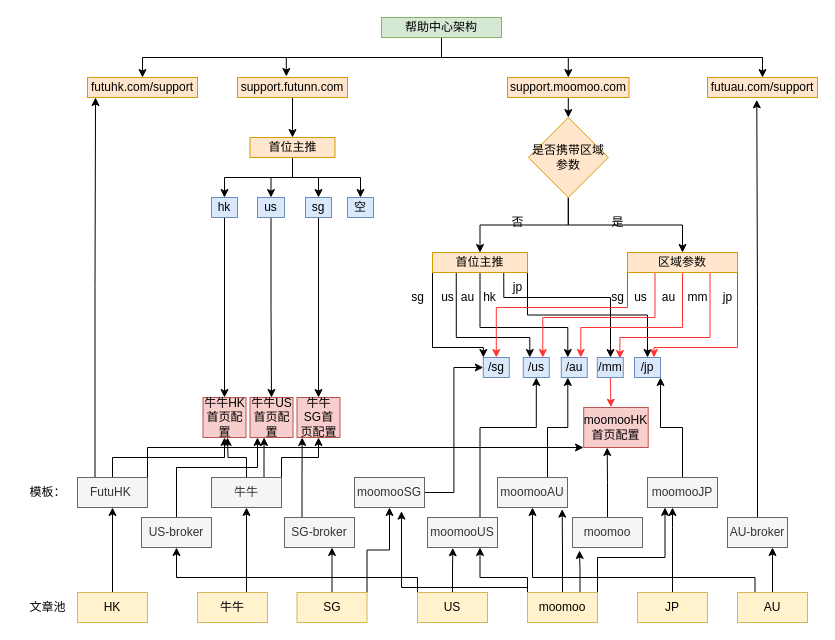
jokerbay/images keeps this draw.io diagram as 帮助中心.drawio. Above is the earlier version. Source tidied: cells renumbered, new cells numbered last; positions are measured from the earlier drawing's top-left corner, leaving out a move shared by most shapes. Both pictures are drawn from the tidied source at 100%, with x=0, y=0 at pixel (17, 17).
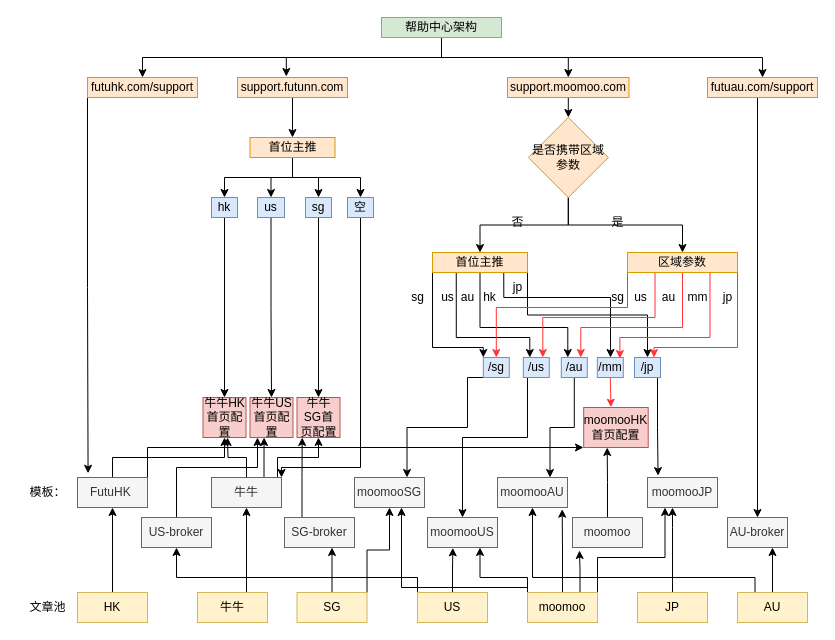
The same page after the edit.

Commit message:
更新帮助中心.drawio

The change refers to these unchanged cells:
```xml
<mxCell id="2" value="futuhk.com/support" style="rounded=0;whiteSpace=wrap;html=1;fillColor=#ffe6cc;strokeColor=#d79b00;" parent="1" vertex="1">
  <mxGeometry x="70" y="60" width="110" height="20" as="geometry" />
</mxCell>
<mxCell id="7" value="futuau.com/support" style="rounded=0;whiteSpace=wrap;html=1;fillColor=#ffe6cc;strokeColor=#d79b00;" parent="1" vertex="1">
  <mxGeometry x="690" y="60" width="110" height="20" as="geometry" />
</mxCell>
<mxCell id="33" value="/sg" style="rounded=0;whiteSpace=wrap;html=1;fillColor=#dae8fc;strokeColor=#6c8ebf;" parent="1" vertex="1">
  <mxGeometry x="465.8" y="340" width="26" height="20" as="geometry" />
</mxCell>
<mxCell id="34" value="/us" style="rounded=0;whiteSpace=wrap;html=1;fillColor=#dae8fc;strokeColor=#6c8ebf;" parent="1" vertex="1">
  <mxGeometry x="505.8" y="340" width="26" height="20" as="geometry" />
</mxCell>
<mxCell id="35" value="/au" style="rounded=0;whiteSpace=wrap;html=1;fillColor=#dae8fc;strokeColor=#6c8ebf;" parent="1" vertex="1">
  <mxGeometry x="543.8" y="340" width="26" height="20" as="geometry" />
</mxCell>
<mxCell id="38" value="/jp" style="rounded=0;whiteSpace=wrap;html=1;fillColor=#dae8fc;strokeColor=#6c8ebf;" parent="1" vertex="1">
  <mxGeometry x="617" y="340" width="26" height="20" as="geometry" />
</mxCell>
<mxCell id="41" value="牛牛SG首页配置" style="rounded=0;whiteSpace=wrap;html=1;fillColor=#f8cecc;strokeColor=#b85450;" parent="1" vertex="1">
  <mxGeometry x="279.5" y="380" width="43" height="40" as="geometry" />
</mxCell>
<mxCell id="46" value="FutuHK&amp;nbsp;" style="rounded=0;whiteSpace=wrap;html=1;fillColor=#f5f5f5;fontColor=#333333;strokeColor=#666666;" parent="1" vertex="1">
  <mxGeometry x="60" y="460" width="70" height="30" as="geometry" />
</mxCell>
<mxCell id="54" value="空" style="rounded=0;whiteSpace=wrap;html=1;fillColor=#dae8fc;strokeColor=#6c8ebf;" parent="1" vertex="1">
  <mxGeometry x="330" y="180" width="26" height="20" as="geometry" />
</mxCell>
<mxCell id="62" value="牛牛" style="rounded=0;whiteSpace=wrap;html=1;fillColor=#f5f5f5;fontColor=#333333;strokeColor=#666666;" parent="1" vertex="1">
  <mxGeometry x="194" y="460" width="70" height="30" as="geometry" />
</mxCell>
<mxCell id="64" value="moomooSG" style="rounded=0;whiteSpace=wrap;html=1;fillColor=#f5f5f5;fontColor=#333333;strokeColor=#666666;" parent="1" vertex="1">
  <mxGeometry x="337" y="460" width="70" height="30" as="geometry" />
</mxCell>
<mxCell id="68" value="moomooUS" style="rounded=0;whiteSpace=wrap;html=1;fillColor=#f5f5f5;fontColor=#333333;strokeColor=#666666;" parent="1" vertex="1">
  <mxGeometry x="410" y="500" width="70" height="30" as="geometry" />
</mxCell>
<mxCell id="70" value="moomooAU" style="rounded=0;whiteSpace=wrap;html=1;fillColor=#f5f5f5;fontColor=#333333;strokeColor=#666666;" parent="1" vertex="1">
  <mxGeometry x="480" y="460" width="70" height="30" as="geometry" />
</mxCell>
<mxCell id="74" value="moomooJP" style="rounded=0;whiteSpace=wrap;html=1;fillColor=#f5f5f5;fontColor=#333333;strokeColor=#666666;" parent="1" vertex="1">
  <mxGeometry x="630" y="460" width="70" height="30" as="geometry" />
</mxCell>
<mxCell id="76" value="AU-broker" style="rounded=0;whiteSpace=wrap;html=1;fillColor=#f5f5f5;fontColor=#333333;strokeColor=#666666;" parent="1" vertex="1">
  <mxGeometry x="710" y="500" width="60" height="30" as="geometry" />
</mxCell>
<mxCell id="93" value="moomoo" style="rounded=0;whiteSpace=wrap;html=1;fillColor=#fff2cc;strokeColor=#d6b656;" parent="1" vertex="1">
  <mxGeometry x="510" y="575" width="70" height="30" as="geometry" />
</mxCell>
```

Change to the diagram source:
```diff
@@
+    <mxCell id="109" style="edgeStyle=orthogonalEdgeStyle;rounded=0;jettySize=auto;html=1;exitX=0;exitY=1;exitDx=0;exitDy=0;entryX=0.151;entryY=-0.14;entryDx=0;entryDy=0;entryPerimeter=0;" parent="1" edge="1" source="2" target="46">
+      <mxGeometry relative="1" as="geometry" />
+    </mxCell>
@@
+    <mxCell id="110" style="edgeStyle=orthogonalEdgeStyle;rounded=0;jettySize=auto;html=1;exitX=0.5;exitY=1;exitDx=0;exitDy=0;entryX=0.5;entryY=0;entryDx=0;entryDy=0;" parent="1" edge="1" source="7" target="76">
+      <mxGeometry relative="1" as="geometry">
+        <Array as="points">
+          <mxPoint x="740" y="80" />
+        </Array>
+      </mxGeometry>
+    </mxCell>
@@
+    <mxCell id="111" style="edgeStyle=orthogonalEdgeStyle;rounded=0;jettySize=auto;html=1;exitX=0.25;exitY=1;exitDx=0;exitDy=0;entryX=0.75;entryY=0;entryDx=0;entryDy=0;" parent="1" edge="1" source="33" target="64">
+      <mxGeometry relative="1" as="geometry">
+        <Array as="points">
+          <mxPoint x="450" y="360" />
+          <mxPoint x="450" y="410" />
+          <mxPoint x="390" y="410" />
+        </Array>
+      </mxGeometry>
+    </mxCell>
@@
+    <mxCell id="112" style="edgeStyle=orthogonalEdgeStyle;rounded=0;jettySize=auto;html=1;exitX=0.5;exitY=1;exitDx=0;exitDy=0;entryX=0.5;entryY=0;entryDx=0;entryDy=0;" parent="1" edge="1" source="34" target="68">
+      <mxGeometry relative="1" as="geometry">
+        <Array as="points">
+          <mxPoint x="510" y="360" />
+          <mxPoint x="510" y="420" />
+          <mxPoint x="445" y="420" />
+        </Array>
+      </mxGeometry>
+    </mxCell>
@@
+    <mxCell id="113" style="edgeStyle=orthogonalEdgeStyle;rounded=0;jettySize=auto;html=1;exitX=0.5;exitY=1;exitDx=0;exitDy=0;entryX=0.75;entryY=0;entryDx=0;entryDy=0;" parent="1" edge="1" source="35" target="70">
+      <mxGeometry relative="1" as="geometry" />
+    </mxCell>
@@
+    <mxCell id="114" style="edgeStyle=orthogonalEdgeStyle;rounded=0;jettySize=auto;html=1;exitX=1;exitY=1;exitDx=0;exitDy=0;entryX=0.151;entryY=-0.063;entryDx=0;entryDy=0;entryPerimeter=0;" parent="1" edge="1" source="38" target="74">
+      <mxGeometry relative="1" as="geometry">
+        <Array as="points">
+          <mxPoint x="640" y="360" />
+          <mxPoint x="640" y="410" />
+        </Array>
+      </mxGeometry>
+    </mxCell>
@@
-    <mxCell id="45" style="edgeStyle=orthogonalEdgeStyle;rounded=0;jettySize=auto;html=1;exitX=0.25;exitY=0;exitDx=0;exitDy=0;entryX=0.073;entryY=1;entryDx=0;entryDy=0;entryPerimeter=0;" parent="1" edge="1" source="46" target="2">
-      <mxGeometry relative="1" as="geometry" />
-    </mxCell>
@@
+    <mxCell id="115" style="edgeStyle=orthogonalEdgeStyle;rounded=0;jettySize=auto;html=1;exitX=0.5;exitY=1;exitDx=0;exitDy=0;entryX=1;entryY=0;entryDx=0;entryDy=0;" parent="1" edge="1" source="54" target="62">
+      <mxGeometry relative="1" as="geometry">
+        <Array as="points">
+          <mxPoint x="343" y="450" />
+          <mxPoint x="264" y="450" />
+        </Array>
+      </mxGeometry>
+    </mxCell>
@@
     <mxCell id="60" style="edgeStyle=orthogonalEdgeStyle;rounded=0;jettySize=auto;html=1;exitX=1;exitY=0;exitDx=0;exitDy=0;entryX=0.5;entryY=1;entryDx=0;entryDy=0;strokeColor=#000000;" parent="1" edge="1" source="62" target="41">
-      <mxGeometry relative="1" as="geometry" />
+      <mxGeometry relative="1" as="geometry">
+        <Array as="points">
+          <mxPoint x="260" y="460" />
+          <mxPoint x="260" y="440" />
+          <mxPoint x="301" y="440" />
+        </Array>
+      </mxGeometry>
     </mxCell>
@@
-    <mxCell id="63" style="edgeStyle=orthogonalEdgeStyle;rounded=0;jettySize=auto;html=1;entryX=0;entryY=0.5;entryDx=0;entryDy=0;" parent="1" edge="1" source="64" target="33">
-      <mxGeometry relative="1" as="geometry" />
-    </mxCell>
@@
-    <mxCell id="67" style="edgeStyle=orthogonalEdgeStyle;rounded=0;jettySize=auto;html=1;exitX=0.75;exitY=0;exitDx=0;exitDy=0;entryX=0.5;entryY=1;entryDx=0;entryDy=0;" parent="1" edge="1" source="68" target="34">
-      <mxGeometry relative="1" as="geometry">
-        <Array as="points">
-          <mxPoint x="463" y="410" />
-          <mxPoint x="519" y="410" />
-        </Array>
-      </mxGeometry>
-    </mxCell>
@@
-    <mxCell id="69" style="edgeStyle=orthogonalEdgeStyle;rounded=0;jettySize=auto;html=1;exitX=0.5;exitY=0;exitDx=0;exitDy=0;entryX=0.25;entryY=1;entryDx=0;entryDy=0;" parent="1" edge="1" source="70" target="35">
-      <mxGeometry relative="1" as="geometry">
-        <Array as="points">
-          <mxPoint x="530" y="460" />
-          <mxPoint x="530" y="410" />
-          <mxPoint x="550" y="410" />
-        </Array>
-      </mxGeometry>
-    </mxCell>
@@
-    <mxCell id="73" style="edgeStyle=orthogonalEdgeStyle;rounded=0;jettySize=auto;html=1;exitX=0.5;exitY=0;exitDx=0;exitDy=0;entryX=1;entryY=1;entryDx=0;entryDy=0;" parent="1" edge="1" source="74" target="38">
-      <mxGeometry relative="1" as="geometry" />
-    </mxCell>
@@
-    <mxCell id="75" style="edgeStyle=orthogonalEdgeStyle;rounded=0;jettySize=auto;html=1;entryX=0.448;entryY=1.117;entryDx=0;entryDy=0;entryPerimeter=0;" parent="1" edge="1" source="76" target="7">
-      <mxGeometry relative="1" as="geometry" />
-    </mxCell>
@@
-    <mxCell id="92" style="edgeStyle=orthogonalEdgeStyle;rounded=0;jettySize=auto;html=1;exitX=0;exitY=0.5;exitDx=0;exitDy=0;entryX=0.671;entryY=1.122;entryDx=0;entryDy=0;entryPerimeter=0;" parent="1" edge="1" source="93" target="64">
+    <mxCell id="92" style="edgeStyle=orthogonalEdgeStyle;rounded=0;jettySize=auto;html=1;exitX=0;exitY=0.5;exitDx=0;exitDy=0;" parent="1" edge="1" source="93">
       <mxGeometry relative="1" as="geometry">
+        <mxPoint x="384" y="490" as="targetPoint" />
         <Array as="points">
           <mxPoint x="510" y="570" />
           <mxPoint x="384" y="570" />
         </Array>
       </mxGeometry>
     </mxCell>
```
